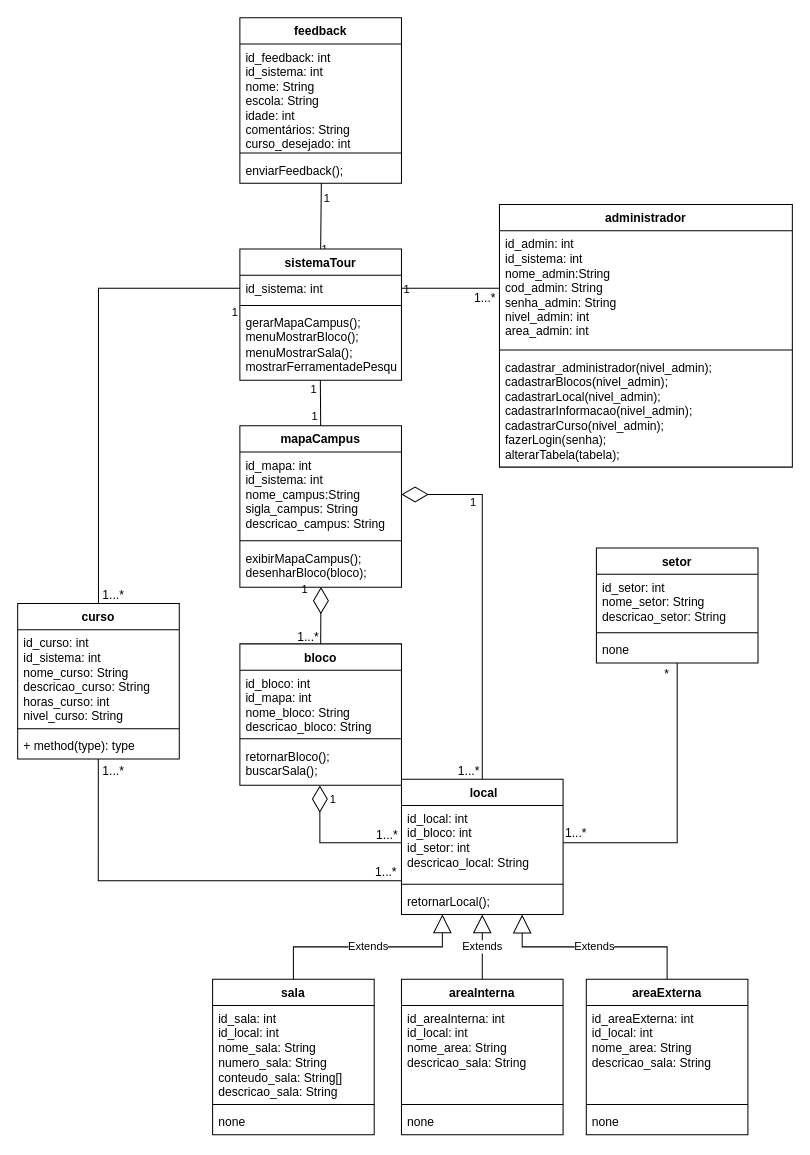
The draw.io diagram DiagramaDeClasses.drawio in Gigagiga1234/Tour-Virtual, before the edit. Source tidied: cells renumbered, new cells numbered last; positions are measured from the earlier drawing's top-left corner, leaving out a move shared by most shapes. Both pictures are drawn from the tidied source at 101%, with x=0, y=0 at pixel (17, 17).
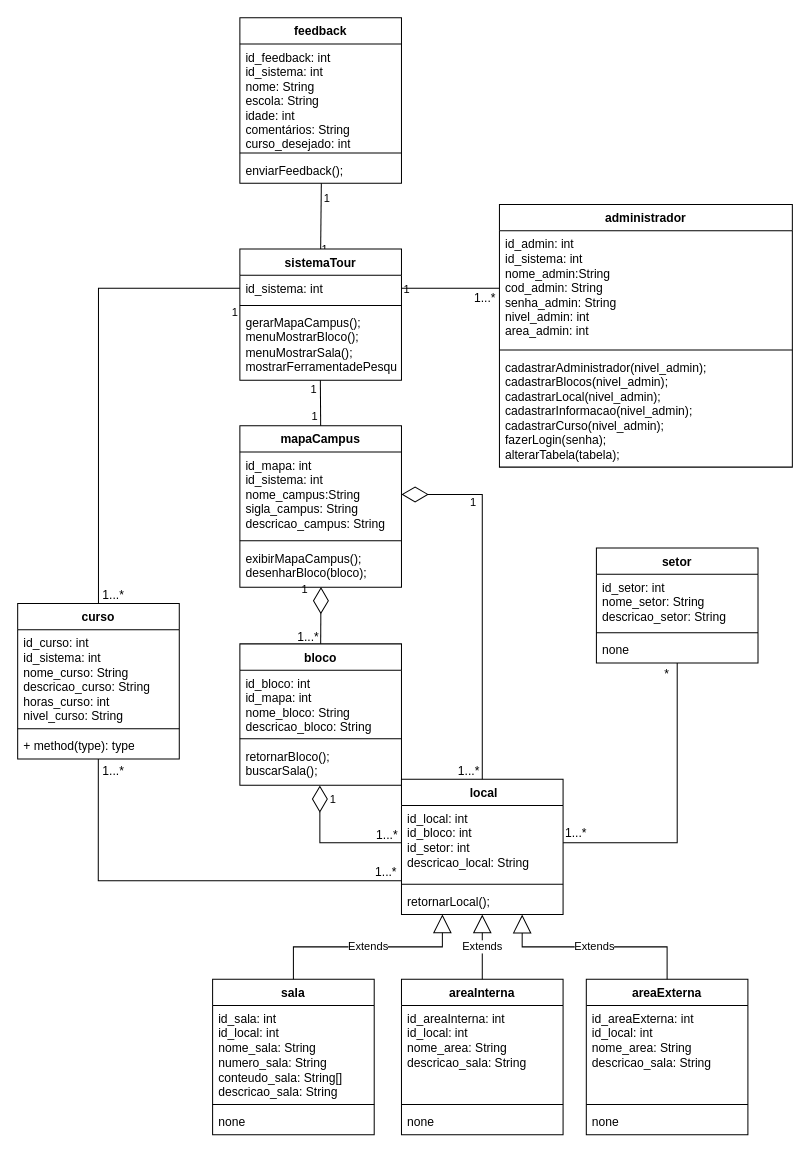
After the change.

Unchanged cells that the change refers to:
```xml
<mxCell id="6" value="administrador" style="swimlane;fontStyle=1;align=center;verticalAlign=top;horizontal=1;startSize=26;whiteSpace=wrap;html=1;" parent="1" vertex="1">
  <mxGeometry x="477" y="185" width="290" height="260" as="geometry" />
</mxCell>
```

The edit, as a diff of the source:
```diff
@@
-    <mxCell id="9" value="cadastrar_administrador(nivel_admin);&lt;div&gt;cadastrarBlocos(nivel_admin&lt;span style=&quot;background-color: transparent; color: light-dark(rgb(0, 0, 0), rgb(255, 255, 255));&quot;&gt;);&lt;/span&gt;&lt;/div&gt;&lt;div&gt;cadastrarLocal(nivel_admin&lt;span style=&quot;background-color: transparent; color: light-dark(rgb(0, 0, 0), rgb(255, 255, 255));&quot;&gt;);&lt;/span&gt;&lt;/div&gt;&lt;div&gt;cadastrarInformacao(nivel_admin&lt;span style=&quot;background-color: transparent; color: light-dark(rgb(0, 0, 0), rgb(255, 255, 255));&quot;&gt;);&lt;/span&gt;&lt;/div&gt;&lt;div&gt;cadastrarCurso(nivel_admin&lt;span style=&quot;background-color: transparent; color: light-dark(rgb(0, 0, 0), rgb(255, 255, 255));&quot;&gt;);&lt;/span&gt;&lt;/div&gt;&lt;div&gt;fazerLogin(senha);&lt;/div&gt;&lt;div&gt;alterarTabela(tabela);&lt;/div&gt;" style="text;strokeColor=none;fillColor=none;align=left;verticalAlign=top;spacingLeft=4;spacingRight=4;overflow=hidden;whiteSpace=wrap;html=1;" parent="6" vertex="1">
+    <mxCell id="9" value="cadastrarAdministrador(nivel_admin);&lt;div&gt;cadastrarBlocos(nivel_admin&lt;span style=&quot;background-color: transparent; color: light-dark(rgb(0, 0, 0), rgb(255, 255, 255));&quot;&gt;);&lt;/span&gt;&lt;/div&gt;&lt;div&gt;cadastrarLocal(nivel_admin&lt;span style=&quot;background-color: transparent; color: light-dark(rgb(0, 0, 0), rgb(255, 255, 255));&quot;&gt;);&lt;/span&gt;&lt;/div&gt;&lt;div&gt;cadastrarInformacao(nivel_admin&lt;span style=&quot;background-color: transparent; color: light-dark(rgb(0, 0, 0), rgb(255, 255, 255));&quot;&gt;);&lt;/span&gt;&lt;/div&gt;&lt;div&gt;cadastrarCurso(nivel_admin&lt;span style=&quot;background-color: transparent; color: light-dark(rgb(0, 0, 0), rgb(255, 255, 255));&quot;&gt;);&lt;/span&gt;&lt;/div&gt;&lt;div&gt;fazerLogin(senha);&lt;/div&gt;&lt;div&gt;alterarTabela(tabela);&lt;/div&gt;" style="text;strokeColor=none;fillColor=none;align=left;verticalAlign=top;spacingLeft=4;spacingRight=4;overflow=hidden;whiteSpace=wrap;html=1;" parent="6" vertex="1">
       <mxGeometry y="148" width="290" height="112" as="geometry" />
     </mxCell>
```
